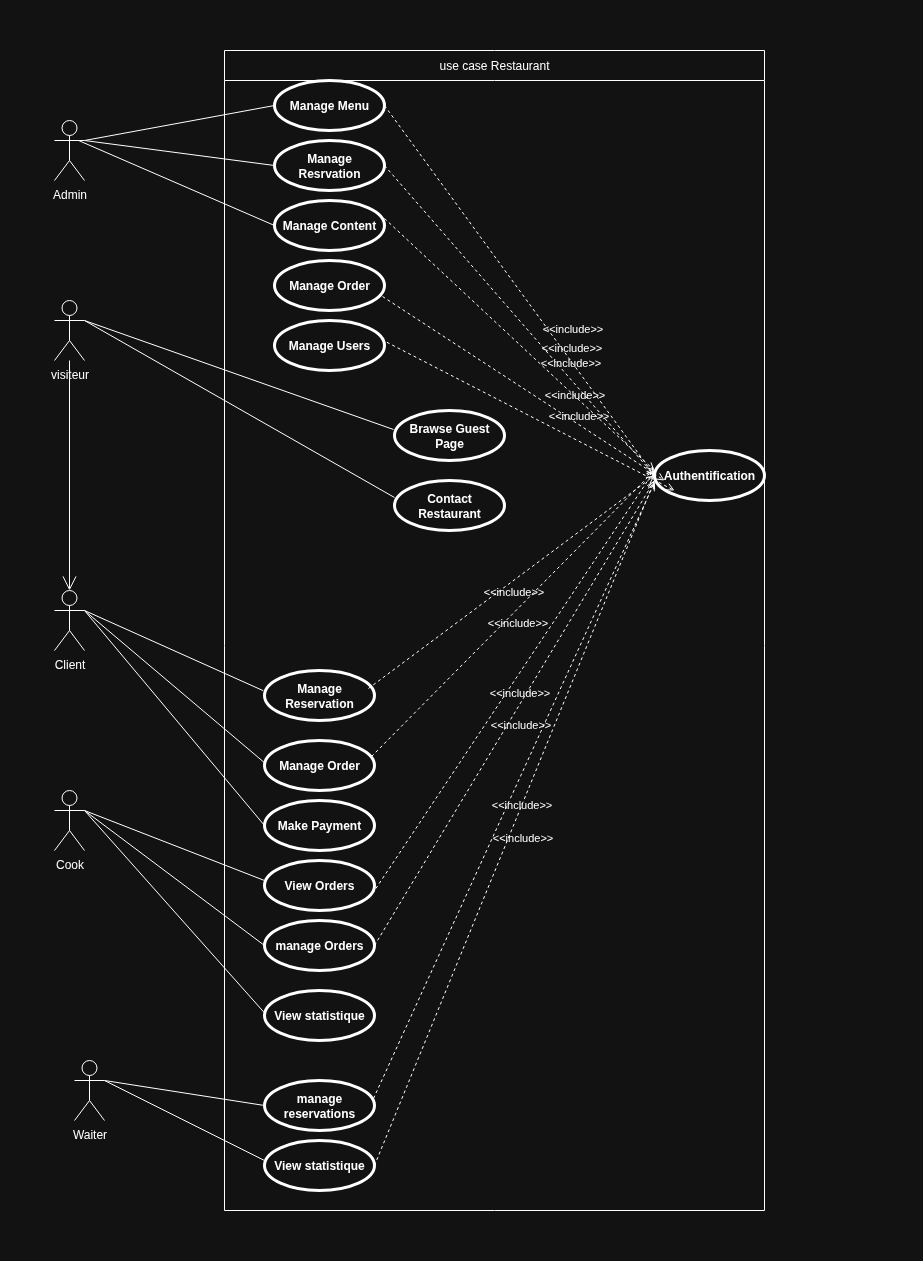
Above: Use_case_Restaurant.drawio.png in ELMAKHTARLAARIF/Gestion_restaurant (draw.io), before the change. Source tidied: cells renumbered, new cells last; positions are measured from the earlier drawing's top-left corner, leaving out a move shared by most shapes.
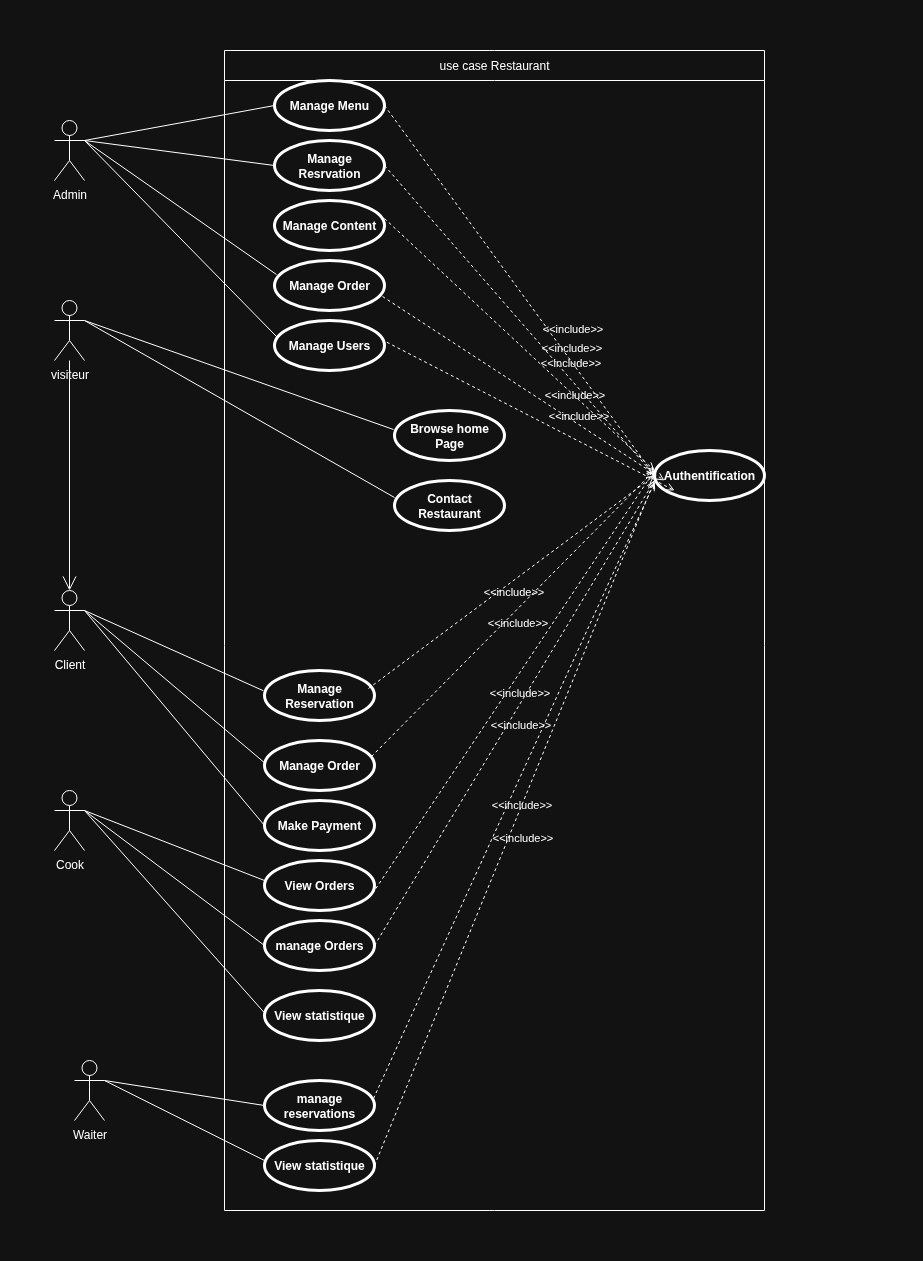
The same file after the commit.

Commit message:
update actions icons for  user in admin page

Diff of the diagram source:
```diff
@@ -44,7 +44,7 @@
     <mxCell id="15" value="Manage Order" style="shape=ellipse;html=1;strokeWidth=3;fontStyle=1;whiteSpace=wrap;align=center;perimeter=ellipsePerimeter;" parent="4" vertex="1">
       <mxGeometry x="40" y="690" width="110" height="50" as="geometry" />
     </mxCell>
-    <mxCell id="16" value="Brawse Guest Page" style="shape=ellipse;html=1;strokeWidth=3;fontStyle=1;whiteSpace=wrap;align=center;perimeter=ellipsePerimeter;" parent="4" vertex="1">
+    <mxCell id="16" value="Browse home Page" style="shape=ellipse;html=1;strokeWidth=3;fontStyle=1;whiteSpace=wrap;align=center;perimeter=ellipsePerimeter;" parent="4" vertex="1">
       <mxGeometry x="170" y="360" width="110" height="50" as="geometry" />
     </mxCell>
     <mxCell id="17" value="&amp;lt;&amp;lt;include&amp;gt;&amp;gt;" style="edgeStyle=none;html=1;endArrow=open;verticalAlign=bottom;dashed=1;labelBackgroundColor=none;rounded=0;exitX=1;exitY=0.5;exitDx=0;exitDy=0;entryX=0;entryY=0.5;entryDx=0;entryDy=0;" parent="4" edge="1" source="6" target="5">
@@ -118,8 +118,10 @@
     <mxCell id="35" style="edgeStyle=none;html=1;endArrow=none;verticalAlign=bottom;rounded=0;exitX=1;exitY=0.3333333333333333;exitDx=0;exitDy=0;exitPerimeter=0;entryX=0;entryY=0.5;entryDx=0;entryDy=0;" parent="1" edge="1" source="2" target="6">
       <mxGeometry relative="1" as="geometry" />
     </mxCell>
-    <mxCell id="36" style="edgeStyle=none;html=1;endArrow=none;verticalAlign=bottom;rounded=0;entryX=0;entryY=0.5;entryDx=0;entryDy=0;exitX=0.8;exitY=0.333;exitDx=0;exitDy=0;exitPerimeter=0;" parent="1" edge="1" source="2" target="7">
-      <mxGeometry relative="1" as="geometry" />
+    <mxCell id="36" style="edgeStyle=none;html=1;endArrow=none;verticalAlign=bottom;rounded=0;entryX=0.018;entryY=0.28;entryDx=0;entryDy=0;entryPerimeter=0;" parent="1" edge="1" target="28">
+      <mxGeometry relative="1" as="geometry">
+        <mxPoint x="30" y="90" as="sourcePoint" />
+      </mxGeometry>
     </mxCell>
     <mxCell id="37" style="endArrow=none;html=1;rounded=0;entryX=-0.011;entryY=0.404;entryDx=0;entryDy=0;entryPerimeter=0;" parent="1" edge="1" target="9">
       <mxGeometry relative="1" as="geometry">
@@ -173,5 +175,8 @@
     <mxCell id="49" style="endArrow=open;endFill=1;endSize=12;html=1;rounded=0;entryX=0.5;entryY=0;entryDx=0;entryDy=0;entryPerimeter=0;" parent="1" edge="1" source="44" target="32">
       <mxGeometry relative="1" as="geometry" />
     </mxCell>
+    <mxCell id="50" style="edgeStyle=none;html=1;endArrow=none;verticalAlign=bottom;rounded=0;entryX=0.027;entryY=0.34;entryDx=0;entryDy=0;entryPerimeter=0;exitX=1;exitY=0.3333333333333333;exitDx=0;exitDy=0;exitPerimeter=0;" parent="1" edge="1" source="2" target="29">
+      <mxGeometry relative="1" as="geometry" />
+    </mxCell>
   </root>
 </mxGraphModel>
```
